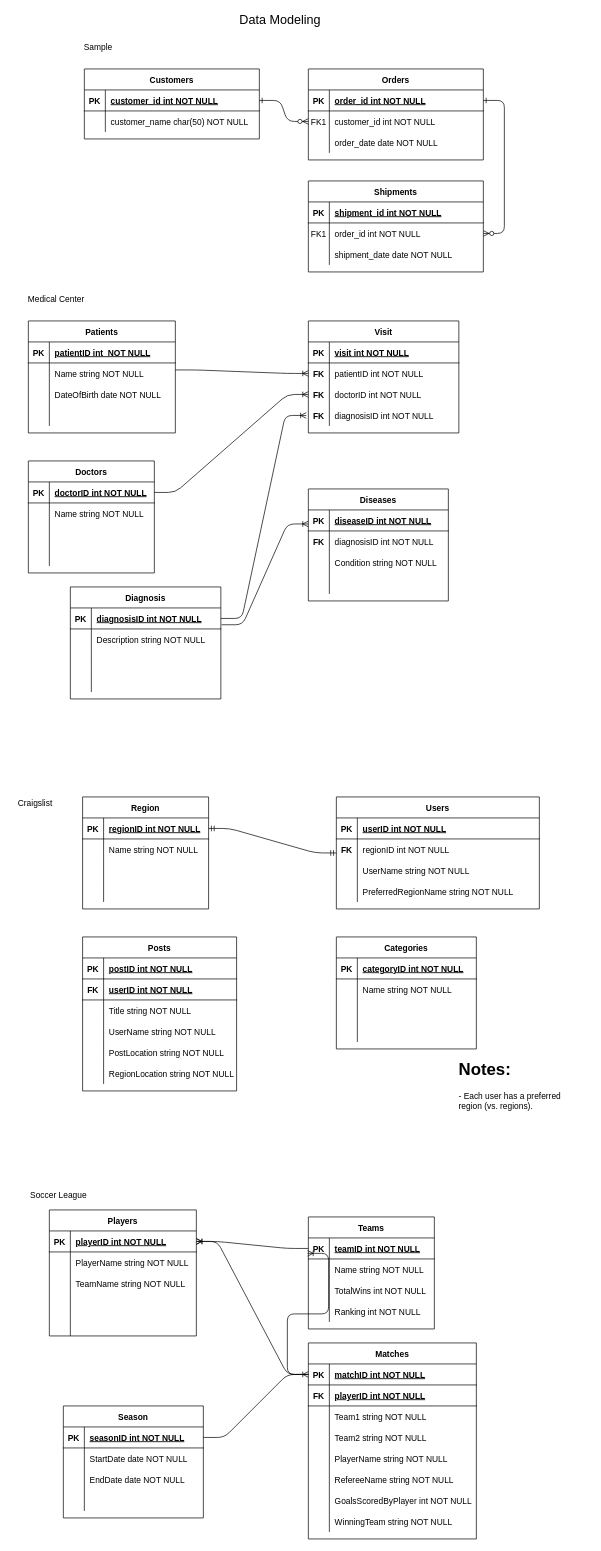
Before: Data_Modeling.drawio in JamesHizon/Data-Modeling-Exercise, a draw.io diagram. Source tidied: cells renumbered, new cells numbered last; positions are measured from the earlier drawing's top-left corner, leaving out a move shared by most shapes. Both pictures are drawn from the tidied source at 70%, with x=0, y=0 at pixel (21, 13).
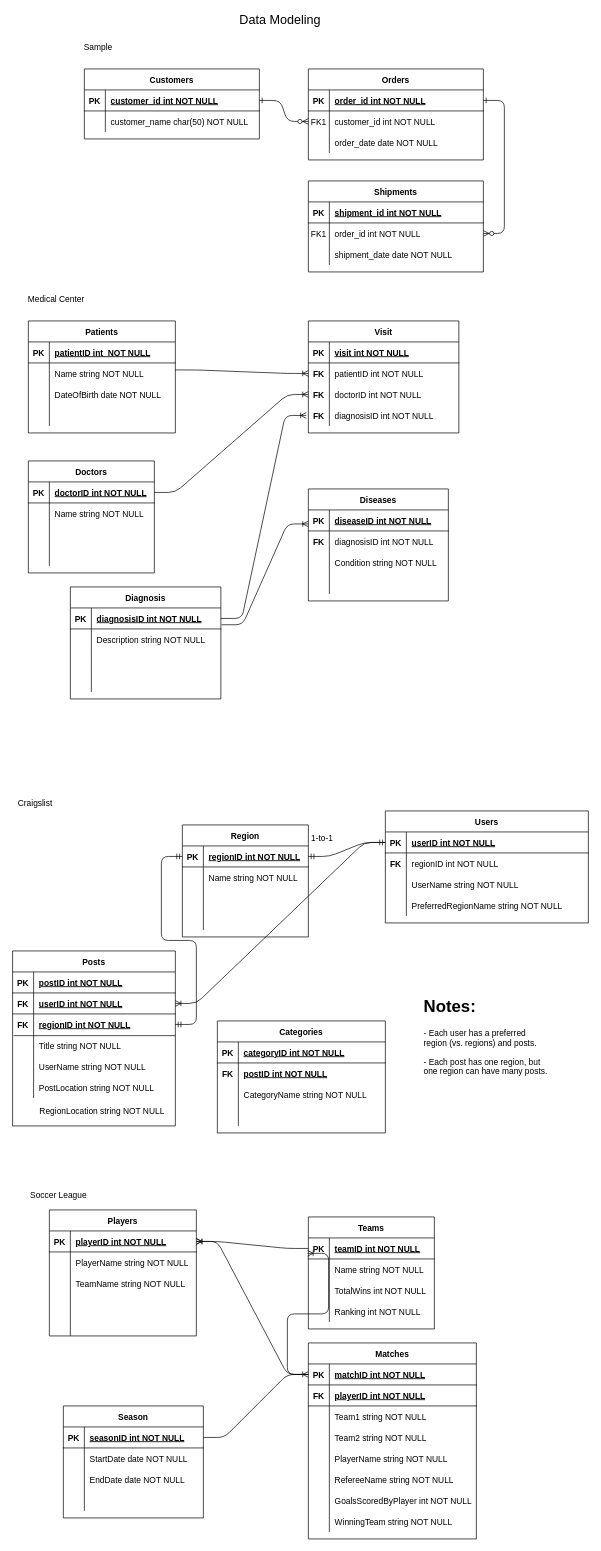
The same diagram, later.

Unchanged cells that the change refers to:
```xml
<mxCell id="75" style="shape=partialRectangle;fillColor=none;top=0;left=0;bottom=1;right=0;points=[[0,0.5],[1,0.5]];portConstraint=eastwest;" parent="74" vertex="1">
  <mxGeometry y="30" width="180" height="30" as="geometry" />
</mxCell>
<mxCell id="88" style="shape=partialRectangle;fillColor=none;top=0;left=0;bottom=1;right=0;points=[[0,0.5],[1,0.5]];portConstraint=eastwest;" parent="87" vertex="1">
  <mxGeometry y="30" width="290" height="30" as="geometry" />
</mxCell>
```

What changed in the source:
```diff
@@
     <mxCell id="74" value="Region" style="shape=table;startSize=30;childLayout=tableLayout;rowLines=0;fontStyle=1;align=center;" parent="1" vertex="1">
-      <mxGeometry x="87.5" y="1120" width="180" height="160" as="geometry" />
+      <mxGeometry x="230" y="1160" width="180" height="160" as="geometry" />
     </mxCell>
@@
     <mxCell id="87" value="Users" style="shape=table;startSize=30;childLayout=tableLayout;rowLines=0;fontStyle=1;align=center;" parent="1" vertex="1">
-      <mxGeometry x="450" y="1120" width="290" height="160" as="geometry" />
+      <mxGeometry x="520" y="1140" width="290" height="160" as="geometry" />
     </mxCell>
@@
     <mxCell id="100" value="Categories" style="shape=table;startSize=30;childLayout=tableLayout;rowLines=0;fontStyle=1;align=center;" parent="1" vertex="1">
-      <mxGeometry x="450" y="1320" width="200" height="160" as="geometry" />
+      <mxGeometry x="280" y="1440" width="240" height="160" as="geometry" />
     </mxCell>
     <mxCell id="101" style="shape=partialRectangle;fillColor=none;top=0;left=0;bottom=1;right=0;" parent="100" vertex="1">
-      <mxGeometry y="30" width="200" height="30" as="geometry" />
+      <mxGeometry y="30" width="240" height="30" as="geometry" />
     </mxCell>
@@
     <mxCell id="103" value="categoryID int NOT NULL" style="shape=partialRectangle;fillColor=none;top=0;left=0;bottom=0;right=0;align=left;spacingLeft=6;fontStyle=5;overflow=hidden;" parent="101" vertex="1">
-      <mxGeometry x="30" width="170" height="30" as="geometry" />
+      <mxGeometry x="30" width="210" height="30" as="geometry" />
     </mxCell>
+    <mxCell id="107" style="shape=partialRectangle;fillColor=none;top=0;left=0;bottom=0;right=0;" parent="100" vertex="1">
+      <mxGeometry y="60" width="240" height="30" as="geometry" />
+    </mxCell>
+    <mxCell id="108" value="FK" style="shape=partialRectangle;fillColor=none;top=0;left=0;bottom=0;right=0;overflow=hidden;fontStyle=1;" parent="107" vertex="1">
+      <mxGeometry width="30" height="30" as="geometry" />
+    </mxCell>
+    <mxCell id="109" value="postID int NOT NULL" style="shape=partialRectangle;fillColor=none;top=0;left=0;bottom=0;right=0;align=left;spacingLeft=6;overflow=hidden;fontStyle=5;" parent="107" vertex="1">
+      <mxGeometry x="30" width="210" height="30" as="geometry" />
+    </mxCell>
     <mxCell id="104" style="shape=partialRectangle;fillColor=none;top=0;left=0;bottom=0;right=0;" parent="100" vertex="1">
-      <mxGeometry y="60" width="200" height="30" as="geometry" />
+      <mxGeometry y="90" width="240" height="30" as="geometry" />
     </mxCell>
@@
-    <mxCell id="106" value="Name string NOT NULL" style="shape=partialRectangle;fillColor=none;top=0;left=0;bottom=0;right=0;align=left;spacingLeft=6;overflow=hidden;" parent="104" vertex="1">
-      <mxGeometry x="30" width="170" height="30" as="geometry" />
+    <mxCell id="106" value="CategoryName string NOT NULL" style="shape=partialRectangle;fillColor=none;top=0;left=0;bottom=0;right=0;align=left;spacingLeft=6;overflow=hidden;" parent="104" vertex="1">
+      <mxGeometry x="30" width="210" height="30" as="geometry" />
     </mxCell>
-    <mxCell id="107" style="shape=partialRectangle;fillColor=none;top=0;left=0;bottom=0;right=0;" parent="100" vertex="1">
-      <mxGeometry y="90" width="200" height="30" as="geometry" />
-    </mxCell>
-    <mxCell id="108" style="shape=partialRectangle;fillColor=none;top=0;left=0;bottom=0;right=0;overflow=hidden;" parent="107" vertex="1">
-      <mxGeometry width="30" height="30" as="geometry" />
-    </mxCell>
-    <mxCell id="109" style="shape=partialRectangle;fillColor=none;top=0;left=0;bottom=0;right=0;align=left;spacingLeft=6;overflow=hidden;" parent="107" vertex="1">
-      <mxGeometry x="30" width="170" height="30" as="geometry" />
-    </mxCell>
     <mxCell id="110" style="shape=partialRectangle;fillColor=none;top=0;left=0;bottom=0;right=0;" parent="100" vertex="1">
-      <mxGeometry y="120" width="200" height="30" as="geometry" />
+      <mxGeometry y="120" width="240" height="30" as="geometry" />
     </mxCell>
@@
     <mxCell id="112" style="shape=partialRectangle;fillColor=none;top=0;left=0;bottom=0;right=0;align=left;spacingLeft=6;overflow=hidden;" parent="110" vertex="1">
-      <mxGeometry x="30" width="170" height="30" as="geometry" />
+      <mxGeometry x="30" width="210" height="30" as="geometry" />
     </mxCell>
     <mxCell id="113" value="Posts" style="shape=table;startSize=30;childLayout=tableLayout;rowLines=0;fontStyle=1;align=center;" parent="1" vertex="1">
-      <mxGeometry x="87.5" y="1320" width="220" height="220" as="geometry" />
+      <mxGeometry x="-12.5" y="1340" width="232.5" height="250" as="geometry" />
     </mxCell>
     <mxCell id="114" style="shape=partialRectangle;fillColor=none;top=0;left=0;bottom=1;right=0;" parent="113" vertex="1">
-      <mxGeometry y="30" width="220" height="30" as="geometry" />
+      <mxGeometry y="30" width="232.5" height="30" as="geometry" />
     </mxCell>
@@
     <mxCell id="116" value="postID int NOT NULL" style="shape=partialRectangle;fillColor=none;top=0;left=0;bottom=0;right=0;align=left;spacingLeft=6;fontStyle=5;overflow=hidden;" parent="114" vertex="1">
-      <mxGeometry x="30" width="190" height="30" as="geometry" />
+      <mxGeometry x="30" width="202.5" height="30" as="geometry" />
     </mxCell>
     <mxCell id="117" style="shape=partialRectangle;fillColor=none;top=0;left=0;bottom=1;right=0;points=[[0,0.5],[1,0.5]];portConstraint=eastwest;" parent="113" vertex="1">
-      <mxGeometry y="60" width="220" height="30" as="geometry" />
+      <mxGeometry y="60" width="232.5" height="30" as="geometry" />
     </mxCell>
@@
     <mxCell id="119" value="userID int NOT NULL" style="shape=partialRectangle;fillColor=none;top=0;left=0;bottom=0;right=0;align=left;spacingLeft=6;fontStyle=5;overflow=hidden;" parent="117" vertex="1">
-      <mxGeometry x="30" width="190" height="30" as="geometry" />
+      <mxGeometry x="30" width="202.5" height="30" as="geometry" />
     </mxCell>
+    <mxCell id="129" style="shape=partialRectangle;fillColor=none;top=0;left=0;bottom=0;right=0;points=[[0,0.5],[1,0.5]];portConstraint=eastwest;" parent="113" vertex="1">
+      <mxGeometry y="90" width="232.5" height="30" as="geometry" />
+    </mxCell>
+    <mxCell id="130" value="FK" style="shape=partialRectangle;fillColor=none;top=0;left=0;bottom=0;right=0;overflow=hidden;fontStyle=1;" parent="129" vertex="1">
+      <mxGeometry width="30" height="30" as="geometry" />
+    </mxCell>
+    <mxCell id="131" value="regionID int NOT NULL" style="shape=partialRectangle;fillColor=none;top=0;left=0;bottom=0;right=0;align=left;spacingLeft=6;overflow=hidden;fontStyle=5;" parent="129" vertex="1">
+      <mxGeometry x="30" width="202.5" height="30" as="geometry" />
+    </mxCell>
     <mxCell id="120" style="shape=partialRectangle;fillColor=none;top=0;left=0;bottom=0;right=0;points=[[0,0.5],[1,0.5]];portConstraint=eastwest;" parent="113" vertex="1">
-      <mxGeometry y="90" width="220" height="30" as="geometry" />
+      <mxGeometry y="120" width="232.5" height="30" as="geometry" />
     </mxCell>
@@
     <mxCell id="122" value="Title string NOT NULL" style="shape=partialRectangle;fillColor=none;top=0;left=0;bottom=0;right=0;align=left;spacingLeft=6;overflow=hidden;" parent="120" vertex="1">
-      <mxGeometry x="30" width="190" height="30" as="geometry" />
+      <mxGeometry x="30" width="202.5" height="30" as="geometry" />
     </mxCell>
     <mxCell id="123" style="shape=partialRectangle;fillColor=none;top=0;left=0;bottom=0;right=0;" parent="113" vertex="1">
-      <mxGeometry y="120" width="220" height="30" as="geometry" />
+      <mxGeometry y="150" width="232.5" height="30" as="geometry" />
     </mxCell>
@@
     <mxCell id="125" value="UserName string NOT NULL" style="shape=partialRectangle;fillColor=none;top=0;left=0;bottom=0;right=0;align=left;spacingLeft=6;overflow=hidden;" parent="123" vertex="1">
-      <mxGeometry x="30" width="190" height="30" as="geometry" />
+      <mxGeometry x="30" width="202.5" height="30" as="geometry" />
     </mxCell>
     <mxCell id="126" style="shape=partialRectangle;fillColor=none;top=0;left=0;bottom=0;right=0;" parent="113" vertex="1">
-      <mxGeometry y="150" width="220" height="30" as="geometry" />
+      <mxGeometry y="180" width="232.5" height="30" as="geometry" />
     </mxCell>
@@
     <mxCell id="128" value="PostLocation string NOT NULL" style="shape=partialRectangle;fillColor=none;top=0;left=0;bottom=0;right=0;align=left;spacingLeft=6;overflow=hidden;" parent="126" vertex="1">
-      <mxGeometry x="30" width="190" height="30" as="geometry" />
+      <mxGeometry x="30" width="202.5" height="30" as="geometry" />
     </mxCell>
-    <mxCell id="129" style="shape=partialRectangle;fillColor=none;top=0;left=0;bottom=0;right=0;points=[[0,0.5],[1,0.5]];portConstraint=eastwest;" parent="113" vertex="1">
-      <mxGeometry y="180" width="220" height="30" as="geometry" />
-    </mxCell>
-    <mxCell id="130" style="shape=partialRectangle;fillColor=none;top=0;left=0;bottom=0;right=0;overflow=hidden;" parent="129" vertex="1">
-      <mxGeometry width="30" height="30" as="geometry" />
-    </mxCell>
-    <mxCell id="131" value="RegionLocation string NOT NULL" style="shape=partialRectangle;fillColor=none;top=0;left=0;bottom=0;right=0;align=left;spacingLeft=6;overflow=hidden;" parent="129" vertex="1">
-      <mxGeometry x="30" width="190" height="30" as="geometry" />
-    </mxCell>
+    <mxCell id="236" style="endArrow=none;html=1;entryX=1;entryY=0.033;entryDx=0;entryDy=0;entryPerimeter=0;" parent="113" edge="1" target="120">
+      <mxGeometry relative="1" as="geometry">
+        <mxPoint x="1.5" y="121" as="sourcePoint" />
+      </mxGeometry>
+    </mxCell>
@@
-    <mxCell id="234" value="&lt;h1&gt;Notes:&lt;/h1&gt;&lt;p&gt;- Each user has a preferred region (vs. regions).&lt;/p&gt;&lt;p&gt;&lt;br&gt;&lt;/p&gt;" style="text;html=1;strokeColor=none;fillColor=none;spacing=5;spacingTop=-20;whiteSpace=wrap;overflow=hidden;rounded=0;" parent="1" vertex="1">
-      <mxGeometry x="620" y="1490" width="190" height="120" as="geometry" />
+    <mxCell id="234" value="&lt;h1&gt;Notes:&lt;/h1&gt;&lt;p&gt;- Each user has a preferred region (vs. regions) and posts.&lt;/p&gt;&lt;p&gt;- Each post has one region, but one region can have many posts.&lt;/p&gt;&lt;p&gt;&lt;br&gt;&lt;/p&gt;" style="text;html=1;strokeColor=none;fillColor=none;spacing=5;spacingTop=-20;whiteSpace=wrap;overflow=hidden;rounded=0;" parent="1" vertex="1">
+      <mxGeometry x="570" y="1400" width="190" height="120" as="geometry" />
     </mxCell>
-    <mxCell id="235" style="edgeStyle=entityRelationEdgeStyle;fontSize=12;html=1;endArrow=ERmandOne;startArrow=ERmandOne;exitX=1;exitY=0.5;exitDx=0;exitDy=0;" parent="1" edge="1" source="75">
-      <mxGeometry relative="1" as="geometry">
-        <mxPoint x="450" y="1200" as="targetPoint" />
-      </mxGeometry>
+    <mxCell id="235" style="edgeStyle=entityRelationEdgeStyle;fontSize=12;html=1;endArrow=ERmandOne;startArrow=ERmandOne;exitX=1;exitY=0.5;exitDx=0;exitDy=0;entryX=0;entryY=0.5;entryDx=0;entryDy=0;" parent="1" edge="1" source="75" target="88">
+      <mxGeometry relative="1" as="geometry" />
     </mxCell>
+    <mxCell id="237" value="&lt;span style=&quot;text-align: left&quot;&gt;RegionLocation string NOT NULL&lt;/span&gt;" style="text;html=1;align=center;verticalAlign=middle;" parent="1" vertex="1">
+      <mxGeometry x="20" y="1560" width="190" height="20" as="geometry" />
+    </mxCell>
+    <mxCell id="238" value="1-to-1" style="text;html=1;strokeColor=none;fillColor=none;align=center;verticalAlign=middle;whiteSpace=wrap;rounded=0;" parent="1" vertex="1">
+      <mxGeometry x="410" y="1170" width="40" height="20" as="geometry" />
+    </mxCell>
+    <mxCell id="239" style="edgeStyle=entityRelationEdgeStyle;fontSize=12;html=1;endArrow=ERmandOne;startArrow=ERmandOne;exitX=1;exitY=0.5;exitDx=0;exitDy=0;entryX=0;entryY=0.5;entryDx=0;entryDy=0;" parent="1" edge="1" source="129" target="75">
+      <mxGeometry relative="1" as="geometry" />
+    </mxCell>
+    <mxCell id="240" style="edgeStyle=entityRelationEdgeStyle;fontSize=12;html=1;endArrow=ERoneToMany;exitX=0;exitY=0.5;exitDx=0;exitDy=0;entryX=1;entryY=0.5;entryDx=0;entryDy=0;" parent="1" edge="1" source="88" target="117">
+      <mxGeometry relative="1" as="geometry" />
+    </mxCell>
```
